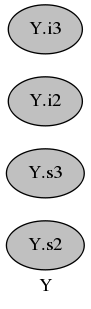
Above: src/out_graph/down_graph_8.dot.png in gerakilmurray/genevalmag (Graphviz), before the change. Its source is kept beside it as src/out_graph/down_graph_8.dot.
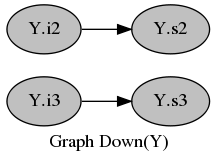
The same diagram one commit later.

The edit, as a diff of the source:
```diff
@@ -1,10 +1,12 @@
 digraph G {
 graph [
-label="Y", rankdir="LR", ratio="compress"];
+label="Graph Down(Y)", rankdir="LR", ratio="compress"];
 node [
 color="black", fillcolor="gray", shape="ellipse", style="filled"];
-0[label="Y.s2"];
-1[label="Y.s3"];
+0[label="Y.s3"];
+1[label="Y.s2"];
 2[label="Y.i2"];
 3[label="Y.i3"];
+2->1 ;
+3->0 ;
 }
```
